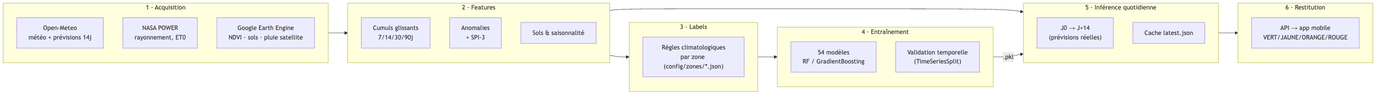
This is docs/images/diagramme_flux_donnees_ml.png from jeremygeorgesdurand-dev/SAMCAM, a Mermaid export, as it was before one commit. Its source is kept beside it as docs/images/diagramme_flux_donnees_ml.mmd.
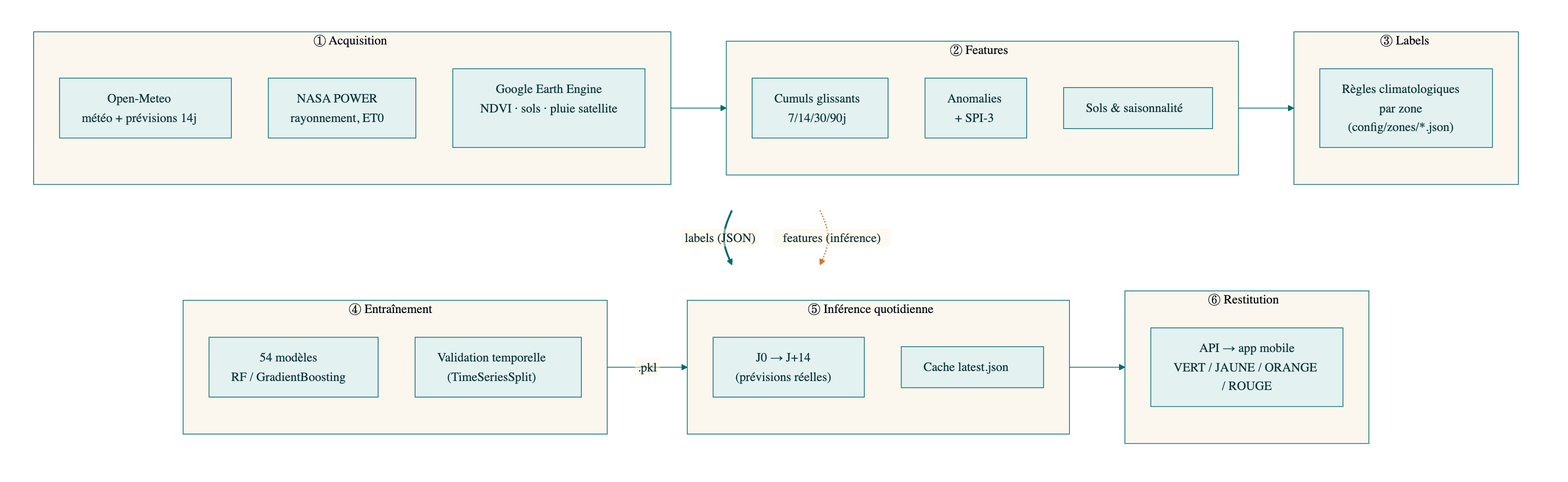
After the commit.

Diff of the diagram source:
```diff
@@ -1,38 +1,62 @@
-flowchart LR
-    subgraph ACQ["1 · Acquisition"]
-        direction TB
-        A1["Open-Meteo<br/>météo + prévisions 14j"]
-        A2["NASA POWER<br/>rayonnement, ET0"]
-        A3["Google Earth Engine<br/>NDVI · sols · pluie satellite"]
+%%{init: {'theme':'base', 'themeVariables': {
+  'primaryColor': '#E3F1F1',
+  'primaryTextColor': '#0b3538',
+  'primaryBorderColor': '#01696F',
+  'lineColor': '#01696F',
+  'secondaryColor': '#FFF3DF',
+  'tertiaryColor': '#FBF7EE',
+  'clusterBkg': '#FBF7EE',
+  'clusterBorder': '#01696F',
+  'fontFamily': 'Helvetica, Arial, sans-serif',
+  'fontSize': '17px'
+}, 'flowchart': {'htmlLabels': false}}}%%
+flowchart TB
+    subgraph ROW1[" "]
+        direction LR
+        subgraph ACQ["① Acquisition"]
+            direction TB
+            A1["Open-Meteo<br/>météo + prévisions 14j"]
+            A2["NASA POWER<br/>rayonnement, ET0"]
+            A3["Google Earth Engine<br/>NDVI · sols · pluie satellite"]
+        end
+
+        subgraph FEAT["② Features"]
+            direction TB
+            F1["Cumuls glissants<br/>7/14/30/90j"]
+            F2["Anomalies<br/>+ SPI-3"]
+            F3["Sols & saisonnalité"]
+        end
+
+        subgraph LABELS["③ Labels"]
+            L1["Règles climatologiques<br/>par zone<br/>(config/zones/*.json)"]
+        end
     end
 
-    subgraph FEAT["2 · Features"]
-        direction TB
-        F1["Cumuls glissants<br/>7/14/30/90j"]
-        F2["Anomalies<br/>+ SPI-3"]
-        F3["Sols & saisonnalité"]
+    subgraph ROW2[" "]
+        direction LR
+        subgraph TRAIN["④ Entraînement"]
+            direction TB
+            T1["54 modèles<br/>RF / GradientBoosting"]
+            T2["Validation temporelle<br/>(TimeSeriesSplit)"]
+        end
+
+        subgraph INF["⑤ Inférence quotidienne"]
+            direction TB
+            I1["J0 → J+14<br/>(prévisions réelles)"]
+            I2["Cache latest.json"]
+        end
+
+        subgraph OUT["⑥ Restitution"]
+            O1["API → app mobile<br/>VERT / JAUNE / ORANGE / ROUGE"]
+        end
     end
 
-    subgraph LABELS["3 · Labels"]
-        L1["Règles climatologiques<br/>par zone (config/zones/*.json)"]
-    end
+    ACQ --> FEAT --> LABELS
+    LABELS ==>|"labels (JSON)"| TRAIN
+    FEAT -.->|"features (inférence)"| INF
+    TRAIN -->|".pkl"| INF --> OUT
 
-    subgraph TRAIN["4 · Entraînement"]
-        direction TB
-        T1["54 modèles<br/>RF / GradientBoosting"]
-        T2["Validation temporelle<br/>(TimeSeriesSplit)"]
-    end
-
-    subgraph INF["5 · Inférence quotidienne"]
-        direction TB
-        I1["J0 → J+14<br/>(prévisions réelles)"]
-        I2["Cache latest.json"]
-    end
-
-    subgraph OUT["6 · Restitution"]
-        O1["API → app mobile<br/>VERT/JAUNE/ORANGE/ROUGE"]
-    end
-
-    ACQ --> FEAT --> LABELS --> TRAIN
-    FEAT --> INF
-    TRAIN -->|".pkl"| INF --> OUT
+    style ROW1 fill:none,stroke:none
+    style ROW2 fill:none,stroke:none
+    linkStyle 3 stroke:#C97A2B,stroke-width:1.6px;
+    linkStyle 2 stroke:#01696F,stroke-width:2.6px;
```
